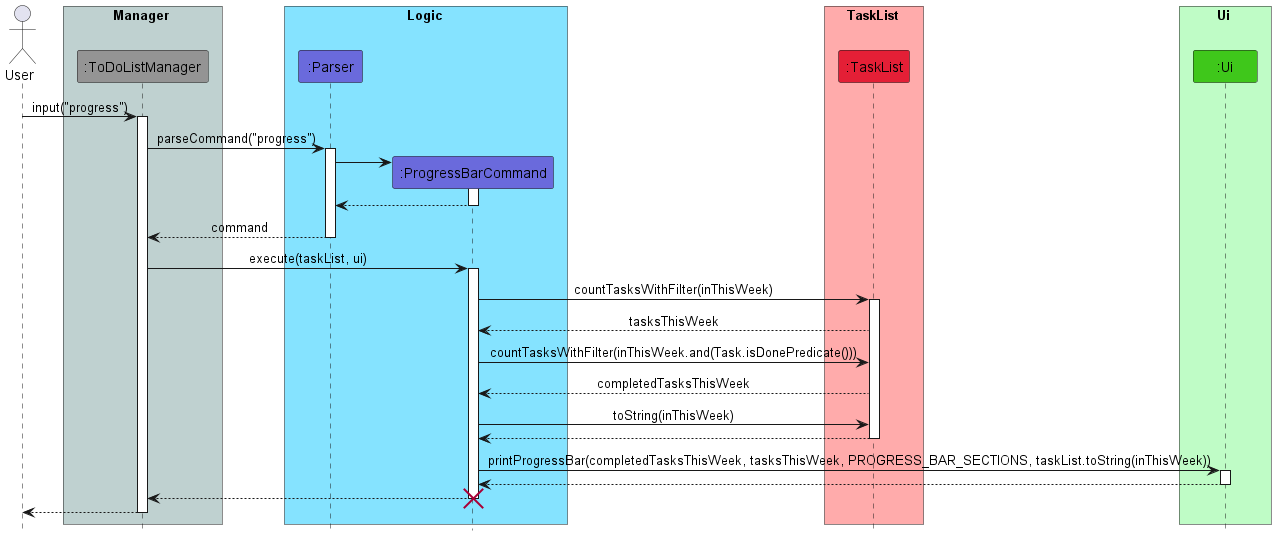
The PlantUML diagram docs/images/ProgressBarCommandSequence.png in nus-cs2113-AY2223S2/tp, before a commit.
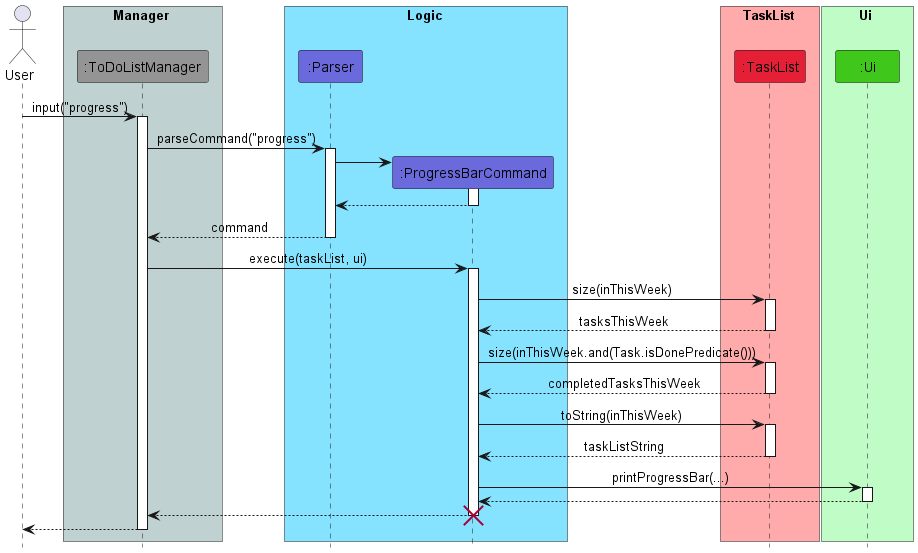
Later version of the same file.

What changed in the source:
```diff
@@ -34,16 +34,20 @@
 ToDoListManager -> ProgressBarCommand : execute(taskList, ui)
 activate ProgressBarCommand
 
-ProgressBarCommand -> TaskList: countTasksWithFilter(inThisWeek)
+ProgressBarCommand -> TaskList: size(inThisWeek)
 activate TaskList
 TaskList --> ProgressBarCommand : tasksThisWeek
-ProgressBarCommand -> TaskList: countTasksWithFilter(inThisWeek.and(Task.isDonePredicate()))
+deactivate TaskList
+ProgressBarCommand -> TaskList: size(inThisWeek.and(Task.isDonePredicate()))
+activate TaskList
 TaskList --> ProgressBarCommand : completedTasksThisWeek
+deactivate TaskList
 ProgressBarCommand -> TaskList: toString(inThisWeek)
-TaskList --> ProgressBarCommand
+activate TaskList
+TaskList --> ProgressBarCommand : taskListString
 deactivate TaskList
 
-ProgressBarCommand -> Ui : printProgressBar(completedTasksThisWeek, tasksThisWeek, PROGRESS_BAR_SECTIONS, taskList.toString(inThisWeek))
+ProgressBarCommand -> Ui : printProgressBar(...)
 activate Ui
 Ui --> ProgressBarCommand
 deactivate Ui
```
